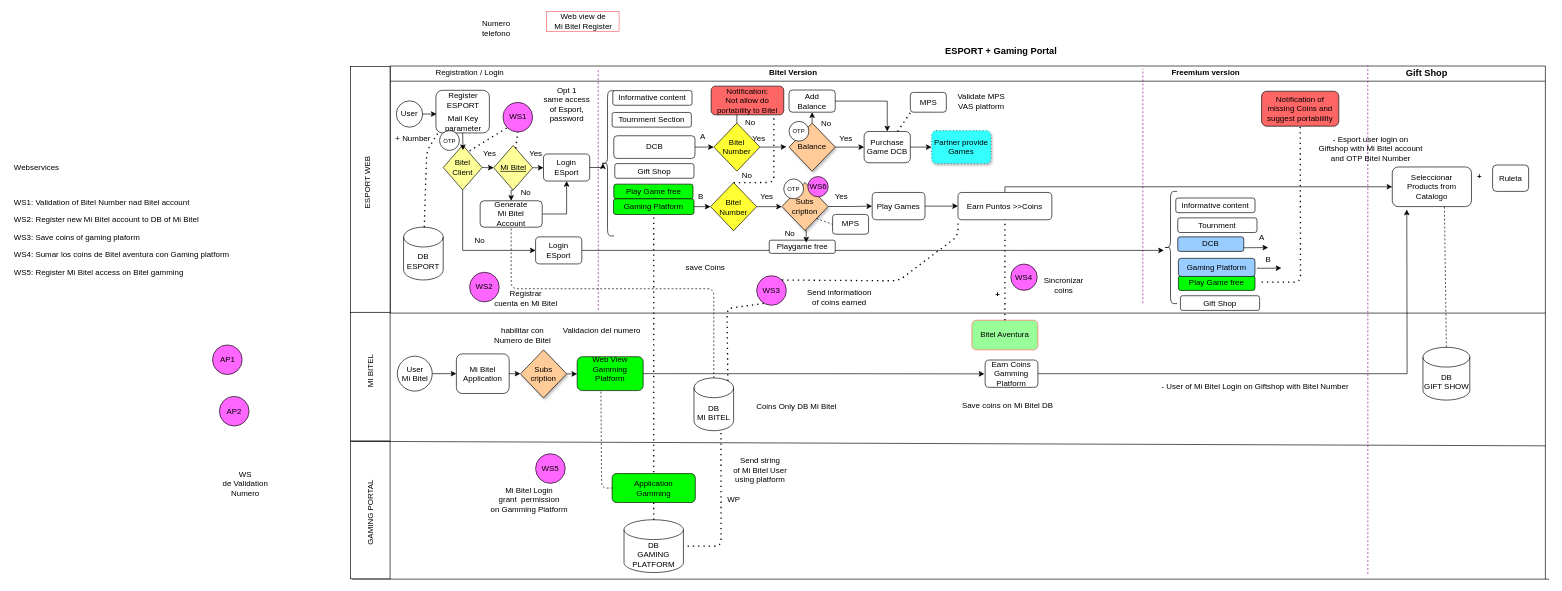
Earlier version of the draw.io diagram Mercado Libre /Esport and Bitel Gaming.drawio (czevallos99/Ecommerce). Source tidied: cells renumbered, new cells numbered last; positions are measured from the earlier drawing's top-left corner, leaving out a move shared by most shapes. Both pictures are drawn from the tidied source at 66%, with x=0, y=0 at pixel (11, 11).
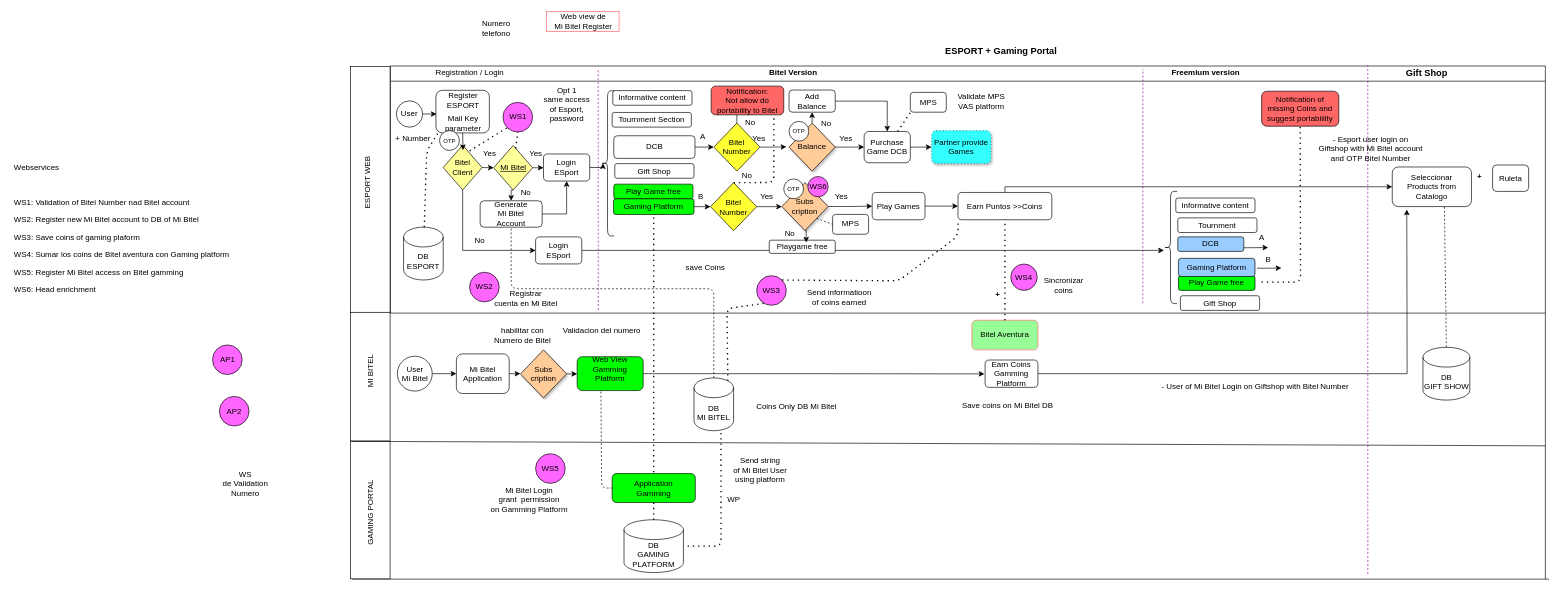
After the change.

What changed in the source:
```diff
@@
-    <mxCell id="128" value="Webservices&lt;p&gt;&lt;br&gt;&lt;/p&gt;&lt;p&gt;WS1: Validation of Bitel Number nad Bitel account&lt;br&gt;&lt;/p&gt;WS2: Register new Mi Bitel account to DB of Mi Bitel&lt;br&gt;&lt;p&gt;WS3: Save coins of gaming plaform&lt;/p&gt;&lt;p&gt;WS4: Sumar los coins de Bitel aventura con Gaming platform&lt;/p&gt;&lt;p&gt;WS5: Register Mi Bitel access on Bitel gamming&lt;br&gt;&lt;/p&gt;&lt;p&gt;&lt;br&gt;&lt;/p&gt;&lt;p&gt;&lt;br&gt;&lt;/p&gt;" style="text;html=1;strokeColor=none;fillColor=none;spacing=5;spacingTop=-20;whiteSpace=wrap;overflow=hidden;rounded=0;shadow=0;" parent="1" vertex="1">
+    <mxCell id="128" value="Webservices&lt;p&gt;&lt;br&gt;&lt;/p&gt;&lt;p&gt;WS1: Validation of Bitel Number nad Bitel account&lt;br&gt;&lt;/p&gt;WS2: Register new Mi Bitel account to DB of Mi Bitel&lt;br&gt;&lt;p&gt;WS3: Save coins of gaming plaform&lt;/p&gt;&lt;p&gt;WS4: Sumar los coins de Bitel aventura con Gaming platform&lt;/p&gt;&lt;p&gt;WS5: Register Mi Bitel access on Bitel gamming&lt;/p&gt;&lt;p&gt;WS6: Head enrichment&lt;/p&gt;" style="text;html=1;strokeColor=none;fillColor=none;spacing=5;spacingTop=-20;whiteSpace=wrap;overflow=hidden;rounded=0;shadow=0;" parent="1" vertex="1">
       <mxGeometry x="0.4" y="239.9" width="350" height="250" as="geometry" />
     </mxCell>
```
